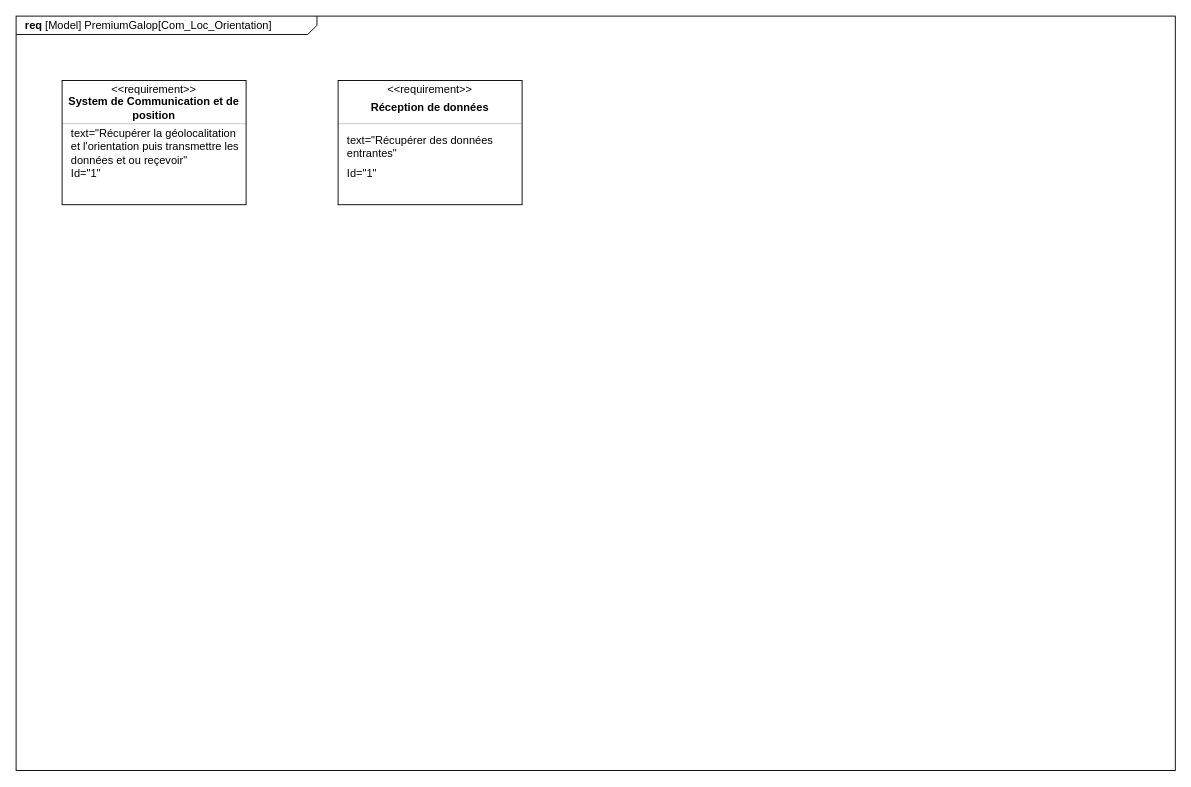
The draw.io diagram SYSML/Req_communication_géolocalisation_orientation.drawio in ToGen49/Hippodrome, before the edit. Source tidied: cells renumbered, new cells numbered last; positions are measured from the earlier drawing's top-left corner, leaving out a move shared by most shapes. Both pictures are drawn from the tidied source at 92%, with x=0, y=0 at pixel (16, 16).
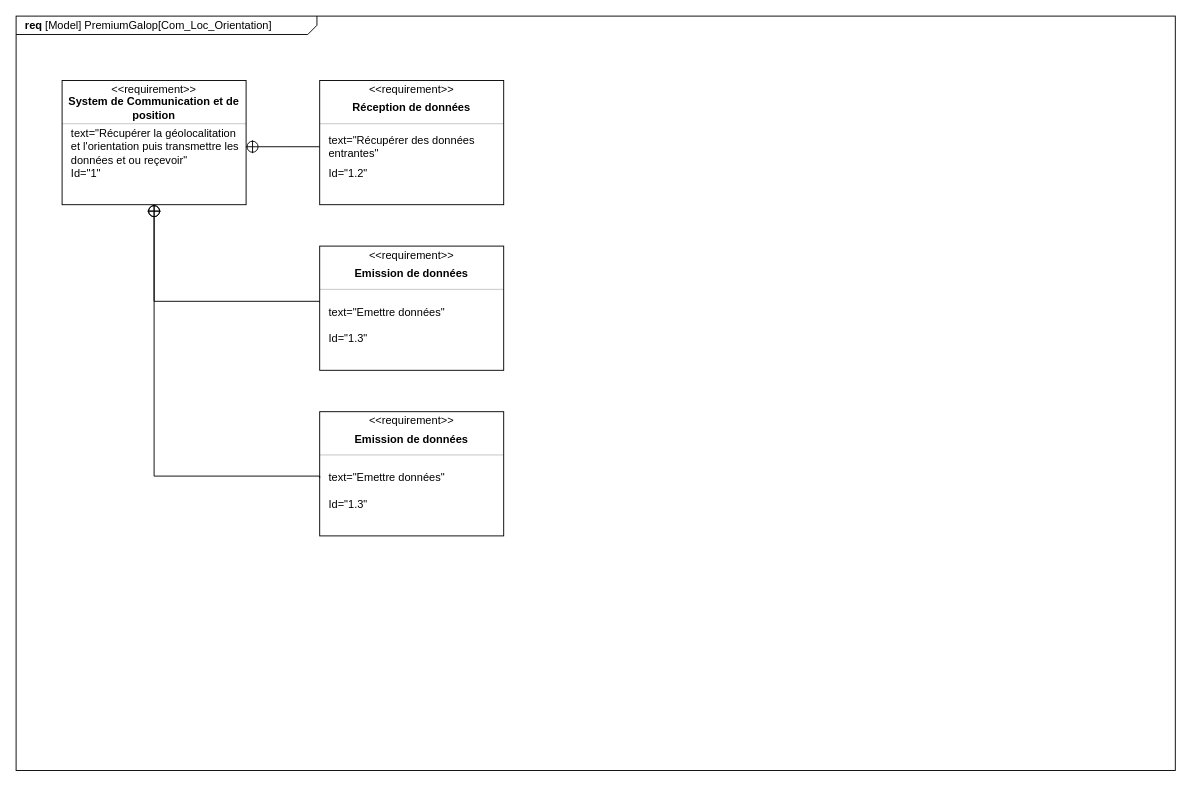
The same diagram, later.

Commit message:
Mettre à jour Req_communication_géolocalisation_orientation.drawio

Unchanged cells that the change refers to:
```xml
<mxCell id="7" value="text=&quot;Récupérer la géolocalitation et l'orientation puis transmettre les données et ou reçevoir&quot;" style="html=1;align=left;spacing=0;verticalAlign=middle;strokeColor=none;fillColor=none;whiteSpace=wrap;spacingLeft=10;" parent="3" vertex="1">
  <mxGeometry y="51" width="200" height="42" as="geometry" />
</mxCell>
<mxCell id="9" style="html=1;align=center;spacing=0;verticalAlign=middle;strokeColor=none;fillColor=none;whiteSpace=wrap;" parent="3" vertex="1">
  <mxGeometry y="109" width="200" height="26" as="geometry" />
</mxCell>
<mxCell id="14" value="text=&quot;Récupérer des données entrantes&quot;" style="html=1;align=left;spacing=0;verticalAlign=middle;strokeColor=none;fillColor=none;whiteSpace=wrap;spacingLeft=10;" parent="10" vertex="1">
  <mxGeometry y="51" width="200" height="42" as="geometry" />
</mxCell>
```

Diff of the diagram source:
```diff
@@
     <mxCell id="10" style="fontStyle=1;align=center;verticalAlign=middle;horizontal=1;" parent="1" vertex="1">
-      <mxGeometry x="350" y="70" width="200" height="135" as="geometry" />
+      <mxGeometry x="330" y="70" width="200" height="135" as="geometry" />
     </mxCell>
@@
-    <mxCell id="15" value="Id=&quot;1&quot;" style="html=1;align=left;spacing=0;verticalAlign=middle;strokeColor=none;fillColor=none;whiteSpace=wrap;spacingLeft=10;" parent="10" vertex="1">
+    <mxCell id="15" value="Id=&quot;1.2&quot;" style="html=1;align=left;spacing=0;verticalAlign=middle;strokeColor=none;fillColor=none;whiteSpace=wrap;spacingLeft=10;" parent="10" vertex="1">
       <mxGeometry y="93" width="200" height="16" as="geometry" />
     </mxCell>
@@
+    <mxCell id="17" style="rounded=0;html=1;labelBackgroundColor=none;endArrow=none;edgeStyle=elbowEdgeStyle;elbow=vertical;startArrow=sysMLPackCont;startSize=12;exitX=1;exitY=0.5;exitDx=0;exitDy=0;entryX=0;entryY=0.5;entryDx=0;entryDy=0;" parent="1" edge="1" source="7" target="14">
+      <mxGeometry relative="1" as="geometry" />
+    </mxCell>
+    <mxCell id="18" style="rounded=0;html=1;labelBackgroundColor=none;endArrow=none;edgeStyle=elbowEdgeStyle;elbow=vertical;startArrow=sysMLPackCont;startSize=12;entryX=0;entryY=0.25;entryDx=0;entryDy=0;exitX=0.5;exitY=1;exitDx=0;exitDy=0;" parent="1" edge="1" source="9" target="23">
+      <mxGeometry relative="1" as="geometry">
+        <Array as="points">
+          <mxPoint x="250" y="310" />
+        </Array>
+      </mxGeometry>
+    </mxCell>
+    <mxCell id="19" style="fontStyle=1;align=center;verticalAlign=middle;horizontal=1;" parent="1" vertex="1">
+      <mxGeometry x="330" y="250" width="200" height="135" as="geometry" />
+    </mxCell>
+    <mxCell id="20" value="&amp;lt;&amp;lt;requirement&amp;gt;&amp;gt;" style="html=1;align=center;spacing=0;verticalAlign=middle;strokeColor=none;fillColor=none;whiteSpace=wrap;spacingTop=3;" parent="19" vertex="1">
+      <mxGeometry width="200" height="16" as="geometry" />
+    </mxCell>
+    <mxCell id="21" value="Emission de données" style="html=1;align=center;spacing=0;verticalAlign=middle;strokeColor=none;fillColor=none;whiteSpace=wrap;fontStyle=1;" parent="19" vertex="1">
+      <mxGeometry y="16" width="200" height="27" as="geometry" />
+    </mxCell>
+    <mxCell id="22" style="line;strokeWidth=0.25;fillColor=none;align=left;verticalAlign=middle;spacingTop=-1;spacingLeft=3;spacingRight=3;labelPosition=right;" parent="19" vertex="1">
+      <mxGeometry y="43" width="200" height="8" as="geometry" />
+    </mxCell>
+    <mxCell id="23" value="text=&quot;Emettre données&quot;" style="html=1;align=left;spacing=0;verticalAlign=middle;strokeColor=none;fillColor=none;whiteSpace=wrap;spacingLeft=10;" parent="19" vertex="1">
+      <mxGeometry y="51" width="200" height="42" as="geometry" />
+    </mxCell>
+    <mxCell id="24" value="Id=&quot;1.3&lt;span style=&quot;background-color: transparent; color: light-dark(rgb(0, 0, 0), rgb(255, 255, 255));&quot;&gt;&quot;&lt;/span&gt;" style="html=1;align=left;spacing=0;verticalAlign=middle;strokeColor=none;fillColor=none;whiteSpace=wrap;spacingLeft=10;" parent="19" vertex="1">
+      <mxGeometry y="93" width="200" height="16" as="geometry" />
+    </mxCell>
+    <mxCell id="25" style="html=1;align=center;spacing=0;verticalAlign=middle;strokeColor=none;fillColor=none;whiteSpace=wrap;" parent="19" vertex="1">
+      <mxGeometry y="109" width="200" height="26" as="geometry" />
+    </mxCell>
+    <mxCell id="26" style="fontStyle=1;align=center;verticalAlign=middle;horizontal=1;" parent="1" vertex="1">
+      <mxGeometry x="330" y="430" width="200" height="135" as="geometry" />
+    </mxCell>
+    <mxCell id="27" value="&amp;lt;&amp;lt;requirement&amp;gt;&amp;gt;" style="html=1;align=center;spacing=0;verticalAlign=middle;strokeColor=none;fillColor=none;whiteSpace=wrap;spacingTop=3;" parent="26" vertex="1">
+      <mxGeometry width="200" height="16" as="geometry" />
+    </mxCell>
+    <mxCell id="28" value="Emission de données" style="html=1;align=center;spacing=0;verticalAlign=middle;strokeColor=none;fillColor=none;whiteSpace=wrap;fontStyle=1;" parent="26" vertex="1">
+      <mxGeometry y="16" width="200" height="27" as="geometry" />
+    </mxCell>
+    <mxCell id="29" style="line;strokeWidth=0.25;fillColor=none;align=left;verticalAlign=middle;spacingTop=-1;spacingLeft=3;spacingRight=3;labelPosition=right;" parent="26" vertex="1">
+      <mxGeometry y="43" width="200" height="8" as="geometry" />
+    </mxCell>
+    <mxCell id="30" value="text=&quot;Emettre données&quot;" style="html=1;align=left;spacing=0;verticalAlign=middle;strokeColor=none;fillColor=none;whiteSpace=wrap;spacingLeft=10;" parent="26" vertex="1">
+      <mxGeometry y="51" width="200" height="42" as="geometry" />
+    </mxCell>
+    <mxCell id="31" value="Id=&quot;1.3&lt;span style=&quot;background-color: transparent; color: light-dark(rgb(0, 0, 0), rgb(255, 255, 255));&quot;&gt;&quot;&lt;/span&gt;" style="html=1;align=left;spacing=0;verticalAlign=middle;strokeColor=none;fillColor=none;whiteSpace=wrap;spacingLeft=10;" parent="26" vertex="1">
+      <mxGeometry y="93" width="200" height="16" as="geometry" />
+    </mxCell>
+    <mxCell id="32" style="html=1;align=center;spacing=0;verticalAlign=middle;strokeColor=none;fillColor=none;whiteSpace=wrap;" parent="26" vertex="1">
+      <mxGeometry y="109" width="200" height="26" as="geometry" />
+    </mxCell>
+    <mxCell id="33" style="rounded=0;html=1;labelBackgroundColor=none;endArrow=none;edgeStyle=elbowEdgeStyle;elbow=vertical;startArrow=sysMLPackCont;startSize=12;entryX=0;entryY=0.5;entryDx=0;entryDy=0;exitX=0.5;exitY=1;exitDx=0;exitDy=0;" parent="1" edge="1" source="9" target="30">
+      <mxGeometry relative="1" as="geometry">
+        <Array as="points">
+          <mxPoint x="240" y="500" />
+        </Array>
+      </mxGeometry>
+    </mxCell>
```
